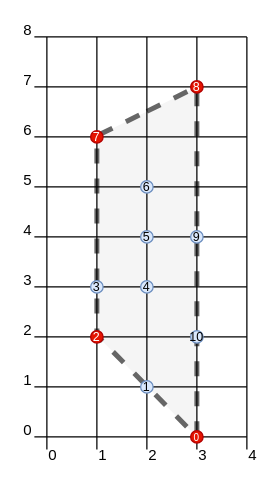
Earlier version of the draw.io diagram page "Page-1" (1 of 2) of ch3/exercises/resources/question12.drawio (BracketMaster/learn-haskell). Source tidied: cells renumbered, new cells numbered last; positions are measured from the earlier drawing's top-left corner, leaving out a move shared by most shapes. Both pictures are drawn from the tidied source at 125%, with x=0, y=0 at pixel (21, 24).
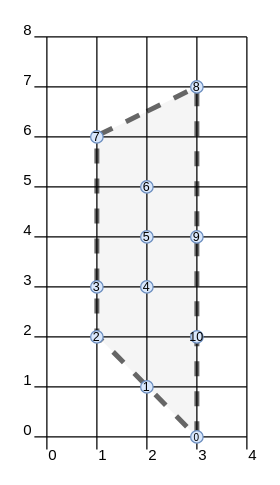
The same page after the edit.

The change refers to these unchanged cells:
```xml
<mxCell id="2" style="group;" parent="1" vertex="1">
  <mxGeometry width="190" height="350" as="geometry" />
</mxCell>
```

What changed in the source:
```diff
@@
-    <mxCell id="32" value="&lt;font style=&quot;font-size: 10px&quot;&gt;7&lt;/font&gt;" style="ellipse;whiteSpace=wrap;html=1;fillColor=#e51400;strokeColor=#B20000;fontColor=#ffffff;" parent="2" vertex="1">
+    <mxCell id="32" value="&lt;font style=&quot;font-size: 10px&quot;&gt;7&lt;/font&gt;" style="ellipse;whiteSpace=wrap;html=1;fillColor=#dae8fc;strokeColor=#6c8ebf;" parent="2" vertex="1">
       <mxGeometry x="55" y="85" width="10" height="10" as="geometry" />
     </mxCell>
-    <mxCell id="33" value="&lt;font style=&quot;font-size: 10px&quot;&gt;8&lt;/font&gt;" style="ellipse;whiteSpace=wrap;html=1;fillColor=#e51400;strokeColor=#B20000;fontColor=#ffffff;" parent="2" vertex="1">
+    <mxCell id="33" value="&lt;font style=&quot;font-size: 10px&quot;&gt;8&lt;/font&gt;" style="ellipse;whiteSpace=wrap;html=1;fillColor=#dae8fc;strokeColor=#6c8ebf;" parent="2" vertex="1">
       <mxGeometry x="135" y="45" width="10" height="10" as="geometry" />
     </mxCell>
@@
-    <mxCell id="37" value="&lt;font style=&quot;font-size: 10px&quot;&gt;2&lt;/font&gt;" style="ellipse;whiteSpace=wrap;html=1;fillColor=#e51400;strokeColor=#B20000;fontColor=#ffffff;" parent="2" vertex="1">
+    <mxCell id="37" value="&lt;font style=&quot;font-size: 10px&quot;&gt;2&lt;/font&gt;" style="ellipse;whiteSpace=wrap;html=1;fillColor=#dae8fc;strokeColor=#6c8ebf;" parent="2" vertex="1">
       <mxGeometry x="55" y="245" width="10" height="10" as="geometry" />
     </mxCell>
@@
-    <mxCell id="41" value="&lt;font style=&quot;font-size: 8px&quot;&gt;0&lt;/font&gt;" style="ellipse;whiteSpace=wrap;html=1;fillColor=#e51400;strokeColor=#B20000;fontColor=#ffffff;" parent="1" vertex="1">
+    <mxCell id="41" value="&lt;font style=&quot;font-size: 8px&quot;&gt;0&lt;/font&gt;" style="ellipse;whiteSpace=wrap;html=1;fillColor=#dae8fc;strokeColor=#6c8ebf;" parent="1" vertex="1">
       <mxGeometry x="135" y="325" width="10" height="10" as="geometry" />
     </mxCell>
```
